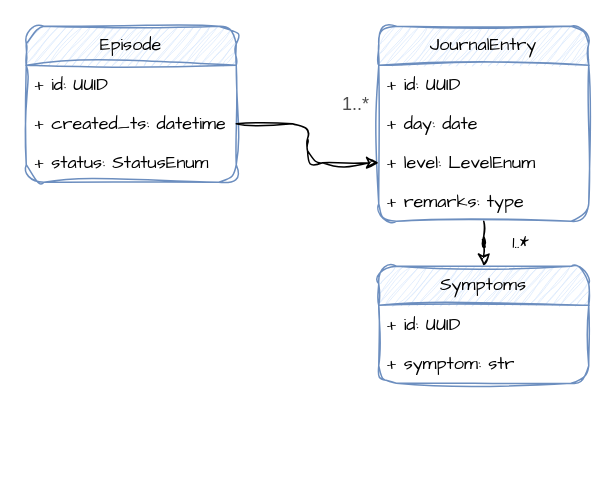
The draw.io diagram page "Data Model" (1 of 3) of 00_webapps/dizziness-tracker.drawio in sergiofgonzalez/building-fastapi-webapps, before the edit. Source tidied: cells renumbered, new cells numbered last; positions are measured from the earlier drawing's top-left corner, leaving out a move shared by most shapes. Both pictures are drawn from the tidied source at 150%, with x=0, y=0 at pixel (26, 26).
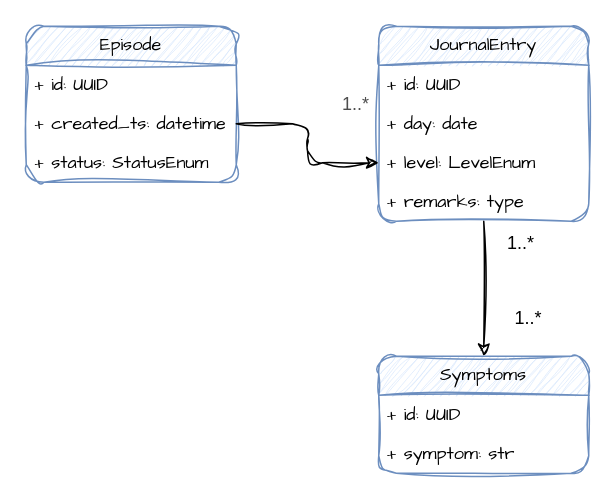
After the change.

The edit, as a diff of the source:
```diff
@@
 <mxGraphModel>
   <root>
     <mxCell id="0" />
     <mxCell id="1" parent="0" />
     <mxCell id="2" value="Episode" style="swimlane;fontStyle=0;horizontal=1;startSize=26;fillColor=#dae8fc;whiteSpace=wrap;html=1;strokeColor=#6c8ebf;sketch=1;curveFitting=1;jiggle=2;rounded=1;hachureGap=4;align=center;verticalAlign=middle;fontFamily=Architects Daughter;fontSize=12;" parent="1" vertex="1">
       <mxGeometry width="140" height="104" as="geometry" />
     </mxCell>
     <mxCell id="3" value="+ id: UUID" style="text;strokeColor=none;fillColor=none;align=left;verticalAlign=top;spacingLeft=4;spacingRight=4;overflow=hidden;whiteSpace=wrap;html=1;fontColor=default;sketch=1;curveFitting=1;jiggle=2;rounded=1;fontFamily=Architects Daughter;fontSize=12;" parent="2" vertex="1">
       <mxGeometry y="26" width="140" height="26" as="geometry" />
     </mxCell>
     <mxCell id="4" value="+ created_ts: datetime" style="text;strokeColor=none;fillColor=none;align=left;verticalAlign=top;spacingLeft=4;spacingRight=4;overflow=hidden;points=[[0,0.5],[1,0.5]];portConstraint=eastwest;whiteSpace=wrap;html=1;fontColor=default;sketch=1;curveFitting=1;jiggle=2;rounded=1;fontFamily=Architects Daughter;fontSize=12;" parent="2" vertex="1">
       <mxGeometry y="52" width="140" height="26" as="geometry" />
     </mxCell>
     <mxCell id="5" value="+ status: StatusEnum" style="text;strokeColor=none;fillColor=none;align=left;verticalAlign=top;spacingLeft=4;spacingRight=4;overflow=hidden;whiteSpace=wrap;html=1;fontColor=default;sketch=1;curveFitting=1;jiggle=2;rounded=1;fontFamily=Architects Daughter;fontSize=12;" parent="2" vertex="1">
       <mxGeometry y="78" width="140" height="26" as="geometry" />
     </mxCell>
     <mxCell id="6" style="edgeStyle=orthogonalEdgeStyle;rounded=1;jettySize=auto;html=1;entryX=0.5;entryY=0;entryDx=0;entryDy=0;fontColor=#4D4D4D;sketch=1;curveFitting=1;jiggle=2;" parent="1" edge="1" source="7" target="14">
       <mxGeometry relative="1" as="geometry" />
     </mxCell>
     <mxCell id="7" value="JournalEntry" style="swimlane;fontStyle=0;horizontal=1;startSize=26;fillColor=#dae8fc;whiteSpace=wrap;html=1;strokeColor=#6c8ebf;sketch=1;curveFitting=1;jiggle=2;rounded=1;hachureGap=4;align=center;verticalAlign=middle;fontFamily=Architects Daughter;fontSize=12;" parent="1" vertex="1">
       <mxGeometry x="235" width="140" height="130" as="geometry" />
     </mxCell>
     <mxCell id="8" value="+ id: UUID" style="text;strokeColor=none;fillColor=none;align=left;verticalAlign=top;spacingLeft=4;spacingRight=4;overflow=hidden;whiteSpace=wrap;html=1;fontColor=default;sketch=1;curveFitting=1;jiggle=2;rounded=1;fontFamily=Architects Daughter;fontSize=12;" parent="7" vertex="1">
       <mxGeometry y="26" width="140" height="26" as="geometry" />
     </mxCell>
     <mxCell id="9" value="+ day: date" style="text;strokeColor=none;fillColor=none;align=left;verticalAlign=top;spacingLeft=4;spacingRight=4;overflow=hidden;whiteSpace=wrap;html=1;fontColor=default;sketch=1;curveFitting=1;jiggle=2;rounded=1;fontFamily=Architects Daughter;fontSize=12;" parent="7" vertex="1">
       <mxGeometry y="52" width="140" height="26" as="geometry" />
     </mxCell>
     <mxCell id="10" value="+ level: LevelEnum" style="text;strokeColor=none;fillColor=none;align=left;verticalAlign=top;spacingLeft=4;spacingRight=4;overflow=hidden;points=[[0,0.5],[1,0.5]];portConstraint=eastwest;whiteSpace=wrap;html=1;fontColor=default;sketch=1;curveFitting=1;jiggle=2;rounded=1;fontFamily=Architects Daughter;fontSize=12;" parent="7" vertex="1">
       <mxGeometry y="78" width="140" height="26" as="geometry" />
     </mxCell>
     <mxCell id="11" value="+ remarks: type" style="text;strokeColor=none;fillColor=none;align=left;verticalAlign=top;spacingLeft=4;spacingRight=4;overflow=hidden;whiteSpace=wrap;html=1;fontColor=default;sketch=1;curveFitting=1;jiggle=2;rounded=1;fontFamily=Architects Daughter;fontSize=12;" parent="7" vertex="1">
       <mxGeometry y="104" width="140" height="26" as="geometry" />
     </mxCell>
     <mxCell id="12" style="edgeStyle=orthogonalEdgeStyle;rounded=1;jettySize=auto;html=1;entryX=0;entryY=0.5;entryDx=0;entryDy=0;fontColor=#4D4D4D;sketch=1;curveFitting=1;jiggle=2;" parent="1" edge="1" source="4" target="10">
       <mxGeometry relative="1" as="geometry" />
     </mxCell>
     <mxCell id="13" value="1..*" style="text;html=1;align=center;verticalAlign=middle;whiteSpace=wrap;rounded=1;fontColor=#4D4D4D;sketch=1;curveFitting=1;jiggle=2;" parent="1" vertex="1">
       <mxGeometry x="190" y="37" width="60" height="30" as="geometry" />
     </mxCell>
     <mxCell id="14" value="Symptoms" style="swimlane;fontStyle=0;horizontal=1;startSize=26;fillColor=#dae8fc;whiteSpace=wrap;html=1;strokeColor=#6c8ebf;sketch=1;curveFitting=1;jiggle=2;rounded=1;hachureGap=4;align=center;verticalAlign=middle;fontFamily=Architects Daughter;fontSize=12;" parent="1" vertex="1">
-      <mxGeometry x="235" y="160" width="140" height="78" as="geometry" />
+      <mxGeometry x="235" y="220" width="140" height="78" as="geometry" />
     </mxCell>
     <mxCell id="15" value="+ id: UUID" style="text;strokeColor=none;fillColor=none;align=left;verticalAlign=top;spacingLeft=4;spacingRight=4;overflow=hidden;whiteSpace=wrap;html=1;fontColor=default;sketch=1;curveFitting=1;jiggle=2;rounded=1;fontFamily=Architects Daughter;fontSize=12;" parent="14" vertex="1">
       <mxGeometry y="26" width="140" height="26" as="geometry" />
     </mxCell>
     <mxCell id="16" value="+ symptom: str" style="text;strokeColor=none;fillColor=none;align=left;verticalAlign=top;spacingLeft=4;spacingRight=4;overflow=hidden;whiteSpace=wrap;html=1;fontColor=default;sketch=1;curveFitting=1;jiggle=2;rounded=1;fontFamily=Architects Daughter;fontSize=12;" parent="14" vertex="1">
       <mxGeometry y="52" width="140" height="26" as="geometry" />
     </mxCell>
-    <mxCell id="17" value="1..*" style="text;html=1;align=center;verticalAlign=middle;whiteSpace=wrap;rounded=1;fontColor=default;sketch=1;curveFitting=1;jiggle=2;fontFamily=Architects Daughter;fontSize=12;" parent="1" vertex="1">
+    <mxCell id="17" value="1..*" style="text;html=1;align=center;verticalAlign=middle;whiteSpace=wrap;rounded=1;sketch=1;curveFitting=1;jiggle=2;" parent="1" vertex="1">
       <mxGeometry x="300" y="130" width="60" height="30" as="geometry" />
     </mxCell>
+    <mxCell id="18" value="1..*" style="text;html=1;align=center;verticalAlign=middle;whiteSpace=wrap;rounded=1;sketch=1;curveFitting=1;jiggle=2;" parent="1" vertex="1">
+      <mxGeometry x="305" y="180" width="60" height="30" as="geometry" />
+    </mxCell>
   </root>
 </mxGraphModel>
```
